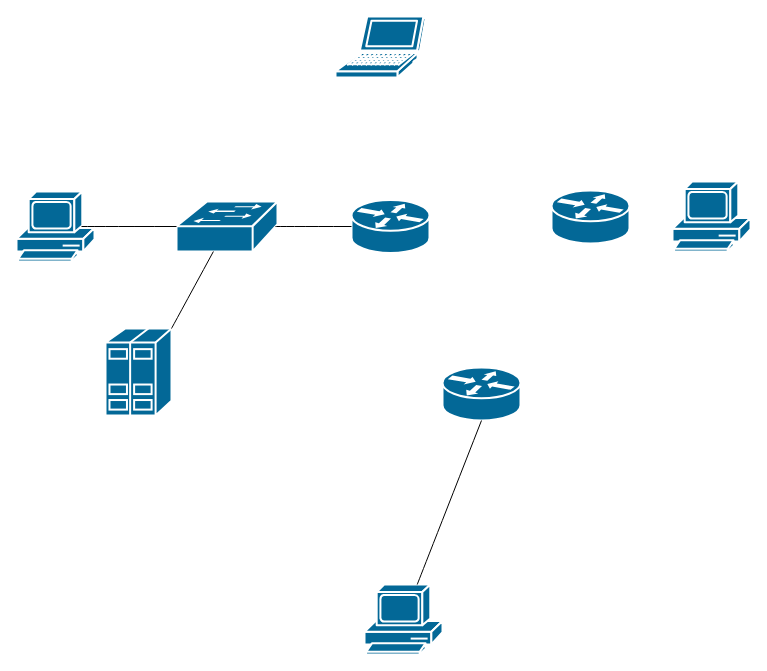
Above: 과제 구성도1.drawio in 100-hours-a-week/2-mello-park-fin-net (draw.io), before the change. Source tidied: cells renumbered, new cells numbered last; positions are measured from the earlier drawing's top-left corner, leaving out a move shared by most shapes. Both pictures are drawn from the tidied source at 100%, with x=0, y=0 at pixel (16, 16).
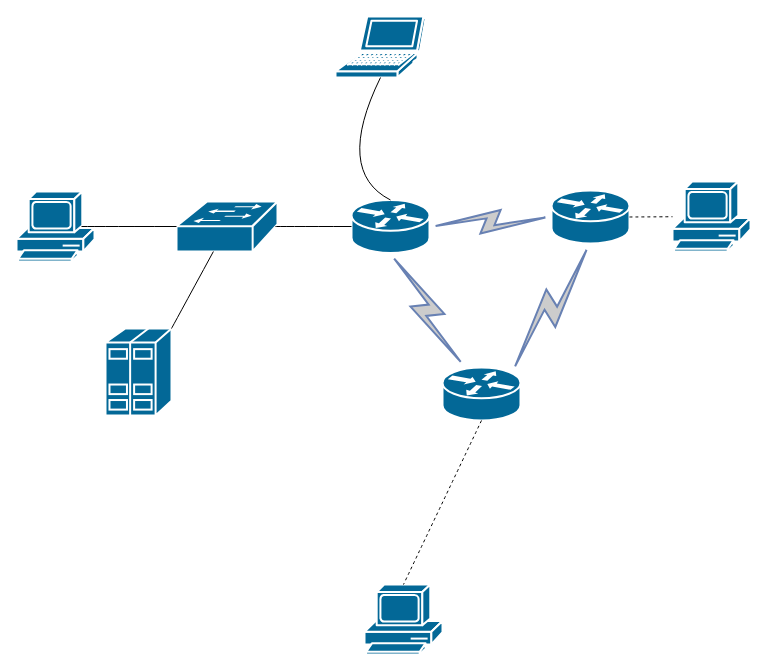
The same page after the edit.

Commit message (it also covers changes not shown here):
과제 구성도1.drawio 업데이트

The change refers to these unchanged cells:
```xml
<mxCell id="4" style="shape=mxgraph.cisco.computers_and_peripherals.pc;sketch=0;html=1;dashed=0;fillColor=#036897;strokeColor=#ffffff;strokeWidth=2;verticalLabelPosition=bottom;verticalAlign=top;align=center;outlineConnect=0;" parent="1" vertex="1">
  <mxGeometry x="348" y="568" width="78" height="70" as="geometry" />
</mxCell>
<mxCell id="5" style="shape=mxgraph.cisco.computers_and_peripherals.pc;sketch=0;html=1;dashed=0;fillColor=#036897;strokeColor=#ffffff;strokeWidth=2;verticalLabelPosition=bottom;verticalAlign=top;align=center;outlineConnect=0;" parent="1" vertex="1">
  <mxGeometry x="656" y="165" width="78" height="70" as="geometry" />
</mxCell>
<mxCell id="6" style="shape=mxgraph.cisco.routers.router;sketch=0;html=1;dashed=0;fillColor=#036897;strokeColor=#ffffff;strokeWidth=2;verticalLabelPosition=bottom;verticalAlign=top;align=center;outlineConnect=0;" parent="1" vertex="1">
  <mxGeometry x="335" y="183.5" width="78" height="53" as="geometry" />
</mxCell>
<mxCell id="7" style="shape=mxgraph.cisco.routers.router;sketch=0;html=1;dashed=0;fillColor=#036897;strokeColor=#ffffff;strokeWidth=2;verticalLabelPosition=bottom;verticalAlign=top;align=center;outlineConnect=0;" parent="1" vertex="1">
  <mxGeometry x="535" y="174" width="78" height="53" as="geometry" />
</mxCell>
<mxCell id="8" style="shape=mxgraph.cisco.routers.router;sketch=0;html=1;dashed=0;fillColor=#036897;strokeColor=#ffffff;strokeWidth=2;verticalLabelPosition=bottom;verticalAlign=top;align=center;outlineConnect=0;" parent="1" vertex="1">
  <mxGeometry x="426" y="351" width="78" height="53" as="geometry" />
</mxCell>
<mxCell id="9" style="shape=mxgraph.cisco.computers_and_peripherals.laptop;sketch=0;html=1;dashed=0;fillColor=#036897;strokeColor=#ffffff;strokeWidth=2;verticalLabelPosition=bottom;verticalAlign=top;align=center;outlineConnect=0;" parent="1" vertex="1">
  <mxGeometry x="319" width="90" height="61" as="geometry" />
</mxCell>
```

The edit, as a diff of the source:
```diff
@@
-    <mxCell id="14" style="endArrow=none;html=1;rounded=0;fontSize=12;startSize=8;endSize=8;curved=1;entryX=0.5;entryY=1;entryDx=0;entryDy=0;entryPerimeter=0;" parent="1" edge="1" source="4" target="8">
-      <mxGeometry relative="1" as="geometry" />
-    </mxCell>
+    <mxCell id="15" style="html=1;outlineConnect=0;fillColor=#CCCCCC;strokeColor=#6881B3;gradientColor=none;gradientDirection=north;strokeWidth=2;shape=mxgraph.networks.comm_link_edge;html=1;rounded=0;fontSize=12;startSize=8;endSize=8;curved=1;exitX=1;exitY=0.5;exitDx=0;exitDy=0;exitPerimeter=0;entryX=0;entryY=0.5;entryDx=0;entryDy=0;entryPerimeter=0;" parent="1" edge="1" source="6" target="7">
+      <mxGeometry relative="1" as="geometry" />
+    </mxCell>
+    <mxCell id="16" style="html=1;outlineConnect=0;fillColor=#CCCCCC;strokeColor=#6881B3;gradientColor=none;gradientDirection=north;strokeWidth=2;shape=mxgraph.networks.comm_link_edge;html=1;rounded=0;fontSize=12;startSize=8;endSize=8;curved=1;exitX=0.88;exitY=0.1;exitDx=0;exitDy=0;exitPerimeter=0;entryX=0.5;entryY=1;entryDx=0;entryDy=0;entryPerimeter=0;" parent="1" edge="1" source="8" target="7">
+      <mxGeometry relative="1" as="geometry" />
+    </mxCell>
+    <mxCell id="17" style="html=1;outlineConnect=0;fillColor=#CCCCCC;strokeColor=#6881B3;gradientColor=none;gradientDirection=north;strokeWidth=2;shape=mxgraph.networks.comm_link_edge;html=1;rounded=0;fontSize=12;startSize=8;endSize=8;curved=1;exitX=0.5;exitY=1;exitDx=0;exitDy=0;exitPerimeter=0;" parent="1" edge="1" source="6" target="8">
+      <mxGeometry relative="1" as="geometry" />
+    </mxCell>
+    <mxCell id="18" style="endArrow=none;html=1;rounded=0;fontSize=12;startSize=8;endSize=8;curved=1;exitX=0.5;exitY=0;exitDx=0;exitDy=0;exitPerimeter=0;entryX=0.5;entryY=1;entryDx=0;entryDy=0;entryPerimeter=0;" parent="1" edge="1" source="6" target="9">
+      <mxGeometry relative="1" as="geometry">
+        <Array as="points">
+          <mxPoint x="318" y="155" />
+        </Array>
+      </mxGeometry>
+    </mxCell>
+    <mxCell id="19" style="endArrow=none;dashed=1;html=1;rounded=0;fontSize=12;startSize=8;endSize=8;curved=1;exitX=1;exitY=0.5;exitDx=0;exitDy=0;exitPerimeter=0;" parent="1" edge="1" source="7" target="5">
+      <mxGeometry relative="1" as="geometry" />
+    </mxCell>
+    <mxCell id="20" style="endArrow=none;dashed=1;html=1;rounded=0;fontSize=12;startSize=8;endSize=8;curved=1;exitX=0.5;exitY=1;exitDx=0;exitDy=0;exitPerimeter=0;entryX=0.5;entryY=0;entryDx=0;entryDy=0;entryPerimeter=0;" parent="1" edge="1" source="8" target="4">
+      <mxGeometry relative="1" as="geometry" />
+    </mxCell>
```
